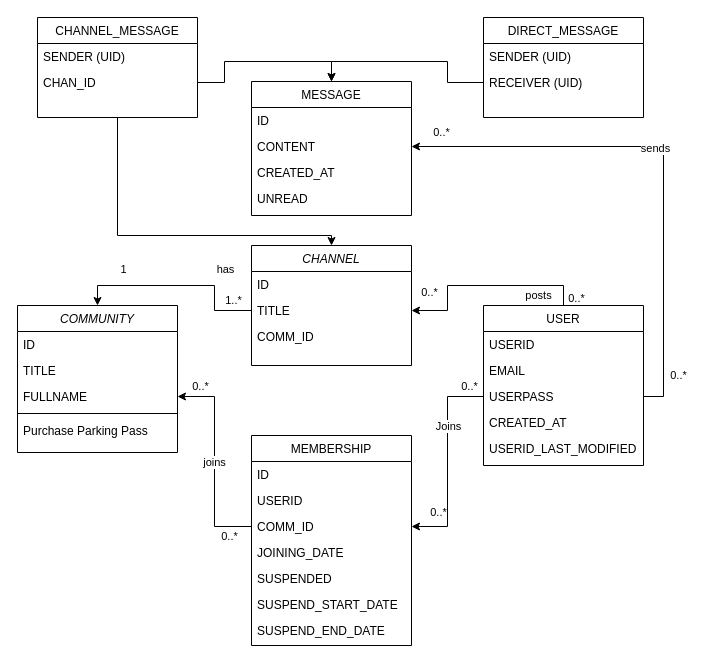
This is ext/DTR.drawio from raeeschaudhary/Coursera_Exams, a draw.io file, before an edit. Source tidied: cells renumbered, new cells numbered last; positions are measured from the earlier drawing's top-left corner, leaving out a move shared by most shapes. Both pictures are drawn from the tidied source at 100%, with x=0, y=0 at pixel (17, 17).
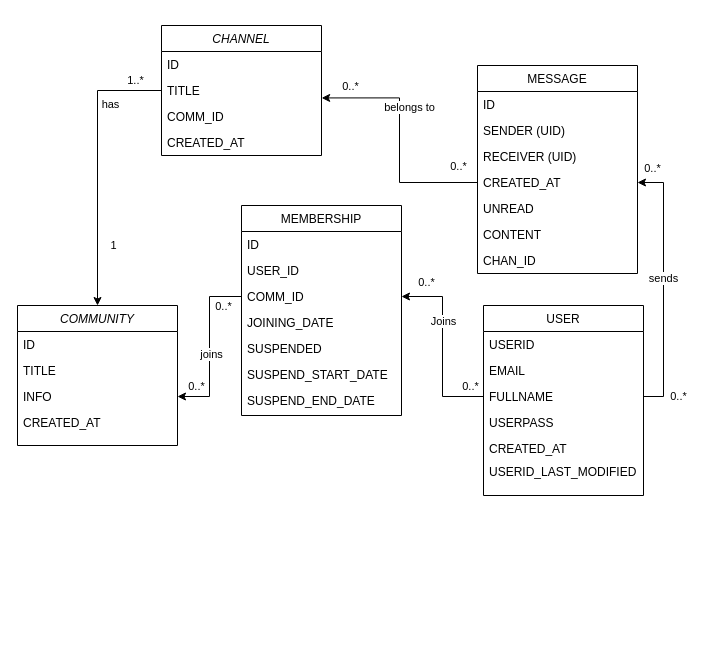
The same page after the edit.

The change refers to these unchanged cells:
```xml
<mxCell id="24" value="TITLE" style="text;align=left;verticalAlign=top;spacingLeft=4;spacingRight=4;overflow=hidden;points=[[0,0.5],[1,0.5]];portConstraint=eastwest;rounded=0;shadow=0;html=0;" parent="22" vertex="1">
  <mxGeometry y="52" width="160" height="26" as="geometry" />
</mxCell>
```

Change to the diagram source:
```diff
@@
     <mxCell id="2" value="COMMUNITY" style="swimlane;fontStyle=2;align=center;verticalAlign=top;horizontal=1;startSize=26;rounded=0;shadow=0;strokeWidth=1;" parent="1" vertex="1">
-      <mxGeometry y="288" width="160" height="147" as="geometry" />
+      <mxGeometry y="288" width="160" height="140" as="geometry" />
     </mxCell>
@@
-    <mxCell id="5" value="FULLNAME" style="text;align=left;verticalAlign=top;spacingLeft=4;spacingRight=4;overflow=hidden;points=[[0,0.5],[1,0.5]];portConstraint=eastwest;rounded=0;shadow=0;html=0;" parent="2" vertex="1">
+    <mxCell id="5" value="INFO" style="text;align=left;verticalAlign=top;spacingLeft=4;spacingRight=4;overflow=hidden;points=[[0,0.5],[1,0.5]];portConstraint=eastwest;rounded=0;shadow=0;html=0;" parent="2" vertex="1">
       <mxGeometry y="78" width="160" height="26" as="geometry" />
     </mxCell>
-    <mxCell id="6" style="line;html=1;strokeWidth=1;align=left;verticalAlign=middle;spacingTop=-1;spacingLeft=3;spacingRight=3;labelPosition=right;" parent="2" vertex="1">
-      <mxGeometry y="104" width="160" height="8" as="geometry" />
-    </mxCell>
-    <mxCell id="7" value="Purchase Parking Pass" style="text;align=left;verticalAlign=top;spacingLeft=4;spacingRight=4;overflow=hidden;" parent="2" vertex="1">
-      <mxGeometry y="112" width="160" height="26" as="geometry" />
-    </mxCell>
-    <mxCell id="8" style="edgeStyle=orthogonalEdgeStyle;rounded=0;jettySize=auto;html=1;exitX=0.5;exitY=0;exitDx=0;exitDy=0;entryX=1;entryY=0.5;entryDx=0;entryDy=0;" parent="1" edge="1" source="12" target="24">
-      <mxGeometry relative="1" as="geometry" />
-    </mxCell>
-    <mxCell id="9" value="posts" style="edgeLabel;html=1;align=center;verticalAlign=middle;" parent="8" vertex="1">
-      <mxGeometry x="-0.39" relative="1" as="geometry">
-        <mxPoint x="14" y="9" as="offset" />
-      </mxGeometry>
-    </mxCell>
-    <mxCell id="10" value="0..*" style="edgeLabel;html=1;align=center;verticalAlign=middle;" parent="8" vertex="1">
-      <mxGeometry x="-0.92" y="1" relative="1" as="geometry">
-        <mxPoint x="13" as="offset" />
-      </mxGeometry>
-    </mxCell>
-    <mxCell id="11" value="0..*" style="edgeLabel;html=1;align=center;verticalAlign=middle;" parent="8" vertex="1">
-      <mxGeometry x="0.83" y="1" relative="1" as="geometry">
-        <mxPoint y="-20" as="offset" />
-      </mxGeometry>
-    </mxCell>
+    <mxCell id="60" value="CREATED_AT" style="text;align=left;verticalAlign=top;spacingLeft=4;spacingRight=4;overflow=hidden;rounded=0;shadow=0;html=0;" parent="2" vertex="1">
+      <mxGeometry y="104" width="160" height="26" as="geometry" />
+    </mxCell>
     <mxCell id="12" value="USER" style="swimlane;fontStyle=0;align=center;verticalAlign=top;horizontal=1;startSize=26;rounded=0;shadow=0;strokeWidth=1;" parent="1" vertex="1">
-      <mxGeometry x="466" y="288" width="160" height="160" as="geometry" />
+      <mxGeometry x="466" y="288" width="160" height="190" as="geometry" />
     </mxCell>
@@
-    <mxCell id="15" value="USERPASS" style="text;align=left;verticalAlign=top;spacingLeft=4;spacingRight=4;overflow=hidden;points=[[0,0.5],[1,0.5]];portConstraint=eastwest;rounded=0;shadow=0;html=0;" parent="12" vertex="1">
+    <mxCell id="15" value="FULLNAME" style="text;align=left;verticalAlign=top;spacingLeft=4;spacingRight=4;overflow=hidden;points=[[0,0.5],[1,0.5]];portConstraint=eastwest;rounded=0;shadow=0;html=0;" parent="12" vertex="1">
       <mxGeometry y="78" width="160" height="26" as="geometry" />
     </mxCell>
-    <mxCell id="16" value="CREATED_AT" style="text;align=left;verticalAlign=top;spacingLeft=4;spacingRight=4;overflow=hidden;rounded=0;shadow=0;html=0;" parent="12" vertex="1">
+    <mxCell id="16" value="USERPASS" style="text;align=left;verticalAlign=top;spacingLeft=4;spacingRight=4;overflow=hidden;rounded=0;shadow=0;html=0;" parent="12" vertex="1">
       <mxGeometry y="104" width="160" height="26" as="geometry" />
     </mxCell>
-    <mxCell id="17" value="USERID_LAST_MODIFIED" style="text;align=left;verticalAlign=top;spacingLeft=4;spacingRight=4;overflow=hidden;rounded=0;shadow=0;html=0;" parent="12" vertex="1">
+    <mxCell id="17" value="CREATED_AT" style="text;align=left;verticalAlign=top;spacingLeft=4;spacingRight=4;overflow=hidden;rounded=0;shadow=0;html=0;" parent="12" vertex="1">
       <mxGeometry y="130" width="160" height="26" as="geometry" />
     </mxCell>
@@
     <mxCell id="22" value="CHANNEL" style="swimlane;fontStyle=2;align=center;verticalAlign=top;horizontal=1;startSize=26;rounded=0;shadow=0;strokeWidth=1;" parent="1" vertex="1">
-      <mxGeometry x="234" y="228" width="160" height="120" as="geometry" />
+      <mxGeometry x="144" y="8" width="160" height="130" as="geometry" />
     </mxCell>
@@
+    <mxCell id="61" value="CREATED_AT" style="text;align=left;verticalAlign=top;spacingLeft=4;spacingRight=4;overflow=hidden;rounded=0;shadow=0;html=0;" parent="22" vertex="1">
+      <mxGeometry y="104" width="160" height="26" as="geometry" />
+    </mxCell>
@@
     <mxCell id="30" value="MEMBERSHIP" style="swimlane;fontStyle=0;align=center;verticalAlign=top;horizontal=1;startSize=26;rounded=0;shadow=0;strokeWidth=1;" parent="1" vertex="1">
-      <mxGeometry x="234" y="418" width="160" height="210" as="geometry" />
+      <mxGeometry x="224" y="188" width="160" height="210" as="geometry" />
     </mxCell>
@@
-    <mxCell id="32" value="USERID" style="text;align=left;verticalAlign=top;spacingLeft=4;spacingRight=4;overflow=hidden;rounded=0;shadow=0;html=0;" parent="30" vertex="1">
+    <mxCell id="32" value="USER_ID" style="text;align=left;verticalAlign=top;spacingLeft=4;spacingRight=4;overflow=hidden;rounded=0;shadow=0;html=0;" parent="30" vertex="1">
       <mxGeometry y="52" width="160" height="26" as="geometry" />
     </mxCell>
@@
     <mxCell id="42" value="MESSAGE" style="swimlane;fontStyle=0;align=center;verticalAlign=top;horizontal=1;startSize=26;rounded=0;shadow=0;strokeWidth=1;" parent="1" vertex="1">
-      <mxGeometry x="234" y="64" width="160" height="134" as="geometry" />
+      <mxGeometry x="460" y="48" width="160" height="208" as="geometry" />
     </mxCell>
@@
-    <mxCell id="44" value="CONTENT" style="text;align=left;verticalAlign=top;spacingLeft=4;spacingRight=4;overflow=hidden;points=[[0,0.5],[1,0.5]];portConstraint=eastwest;rounded=0;shadow=0;html=0;" parent="42" vertex="1">
-      <mxGeometry y="52" width="160" height="26" as="geometry" />
-    </mxCell>
+    <mxCell id="62" value="SENDER (UID)" style="text;align=left;verticalAlign=top;spacingLeft=4;spacingRight=4;overflow=hidden;" parent="42" vertex="1">
+      <mxGeometry y="52" width="160" height="26" as="geometry" />
+    </mxCell>
+    <mxCell id="49" value="RECEIVER (UID)" style="text;align=left;verticalAlign=top;spacingLeft=4;spacingRight=4;overflow=hidden;points=[[0,0.5],[1,0.5]];portConstraint=eastwest;rounded=0;shadow=0;html=0;" parent="42" vertex="1">
+      <mxGeometry y="78" width="160" height="26" as="geometry" />
+    </mxCell>
     <mxCell id="45" value="CREATED_AT" style="text;align=left;verticalAlign=top;spacingLeft=4;spacingRight=4;overflow=hidden;points=[[0,0.5],[1,0.5]];portConstraint=eastwest;rounded=0;shadow=0;html=0;" parent="42" vertex="1">
-      <mxGeometry y="78" width="160" height="26" as="geometry" />
+      <mxGeometry y="104" width="160" height="26" as="geometry" />
     </mxCell>
     <mxCell id="46" value="UNREAD" style="text;align=left;verticalAlign=top;spacingLeft=4;spacingRight=4;overflow=hidden;rounded=0;shadow=0;html=0;" parent="42" vertex="1">
-      <mxGeometry y="104" width="160" height="26" as="geometry" />
+      <mxGeometry y="130" width="160" height="26" as="geometry" />
     </mxCell>
-    <mxCell id="47" value="DIRECT_MESSAGE" style="swimlane;fontStyle=0;align=center;verticalAlign=top;horizontal=1;startSize=26;rounded=0;shadow=0;strokeWidth=1;" parent="1" vertex="1">
-      <mxGeometry x="466" width="160" height="100" as="geometry" />
-    </mxCell>
-    <mxCell id="48" value="SENDER (UID)" style="text;align=left;verticalAlign=top;spacingLeft=4;spacingRight=4;overflow=hidden;" parent="47" vertex="1">
-      <mxGeometry y="26" width="160" height="26" as="geometry" />
-    </mxCell>
-    <mxCell id="49" value="RECEIVER (UID)" style="text;align=left;verticalAlign=top;spacingLeft=4;spacingRight=4;overflow=hidden;points=[[0,0.5],[1,0.5]];portConstraint=eastwest;rounded=0;shadow=0;html=0;" parent="47" vertex="1">
-      <mxGeometry y="52" width="160" height="26" as="geometry" />
-    </mxCell>
+    <mxCell id="44" value="CONTENT" style="text;align=left;verticalAlign=top;spacingLeft=4;spacingRight=4;overflow=hidden;points=[[0,0.5],[1,0.5]];portConstraint=eastwest;rounded=0;shadow=0;html=0;" parent="42" vertex="1">
+      <mxGeometry y="156" width="160" height="26" as="geometry" />
+    </mxCell>
+    <mxCell id="57" value="CHAN_ID" style="text;align=left;verticalAlign=top;spacingLeft=4;spacingRight=4;overflow=hidden;points=[[0,0.5],[1,0.5]];portConstraint=eastwest;rounded=0;shadow=0;html=0;" parent="42" vertex="1">
+      <mxGeometry y="182" width="160" height="26" as="geometry" />
+    </mxCell>
-    <mxCell id="50" style="edgeStyle=orthogonalEdgeStyle;rounded=0;jettySize=auto;html=1;exitX=1;exitY=0.5;exitDx=0;exitDy=0;endArrow=classic;endFill=1;" parent="1" edge="1" source="15" target="44">
+    <mxCell id="50" style="edgeStyle=orthogonalEdgeStyle;rounded=0;jettySize=auto;html=1;exitX=1;exitY=0.5;exitDx=0;exitDy=0;endArrow=classic;endFill=1;" parent="1" edge="1" source="15" target="45">
       <mxGeometry relative="1" as="geometry" />
     </mxCell>
@@
-    <mxCell id="54" style="edgeStyle=orthogonalEdgeStyle;rounded=0;jettySize=auto;html=1;exitX=0.5;exitY=1;exitDx=0;exitDy=0;" parent="1" edge="1" source="55" target="22">
-      <mxGeometry relative="1" as="geometry">
-        <Array as="points">
-          <mxPoint x="100" y="218" />
-          <mxPoint x="314" y="218" />
-        </Array>
-      </mxGeometry>
-    </mxCell>
-    <mxCell id="55" value="CHANNEL_MESSAGE" style="swimlane;fontStyle=0;align=center;verticalAlign=top;horizontal=1;startSize=26;rounded=0;shadow=0;strokeWidth=1;" parent="1" vertex="1">
-      <mxGeometry x="20" width="160" height="100" as="geometry" />
-    </mxCell>
-    <mxCell id="56" value="SENDER (UID)" style="text;align=left;verticalAlign=top;spacingLeft=4;spacingRight=4;overflow=hidden;" parent="55" vertex="1">
-      <mxGeometry y="26" width="160" height="26" as="geometry" />
-    </mxCell>
-    <mxCell id="57" value="CHAN_ID" style="text;align=left;verticalAlign=top;spacingLeft=4;spacingRight=4;overflow=hidden;points=[[0,0.5],[1,0.5]];portConstraint=eastwest;rounded=0;shadow=0;html=0;" parent="55" vertex="1">
-      <mxGeometry y="52" width="160" height="26" as="geometry" />
-    </mxCell>
-    <mxCell id="58" style="edgeStyle=orthogonalEdgeStyle;rounded=0;jettySize=auto;html=1;exitX=1;exitY=0.5;exitDx=0;exitDy=0;entryX=0.5;entryY=0;entryDx=0;entryDy=0;" parent="1" edge="1" source="57" target="42">
-      <mxGeometry relative="1" as="geometry" />
-    </mxCell>
-    <mxCell id="59" style="edgeStyle=orthogonalEdgeStyle;rounded=0;jettySize=auto;html=1;exitX=0;exitY=0.5;exitDx=0;exitDy=0;entryX=0.5;entryY=0;entryDx=0;entryDy=0;" parent="1" edge="1" source="49" target="42">
-      <mxGeometry relative="1" as="geometry" />
-    </mxCell>
+    <mxCell id="63" value="USERID_LAST_MODIFIED" style="text;align=left;verticalAlign=top;spacingLeft=4;spacingRight=4;overflow=hidden;rounded=0;shadow=0;html=0;" parent="1" vertex="1">
+      <mxGeometry x="466" y="441" width="160" height="26" as="geometry" />
+    </mxCell>
+    <mxCell id="64" style="edgeStyle=orthogonalEdgeStyle;rounded=0;jettySize=auto;html=1;exitX=0;exitY=0.5;exitDx=0;exitDy=0;entryX=1.001;entryY=0.786;entryDx=0;entryDy=0;entryPerimeter=0;" parent="1" edge="1" source="45" target="24">
+      <mxGeometry relative="1" as="geometry" />
+    </mxCell>
+    <mxCell id="65" value="belongs to" style="edgeLabel;html=1;align=center;verticalAlign=middle;" parent="64" vertex="1">
+      <mxGeometry x="-0.02" y="1" relative="1" as="geometry">
+        <mxPoint x="10" y="-36" as="offset" />
+      </mxGeometry>
+    </mxCell>
+    <mxCell id="66" value="0..*" style="edgeLabel;html=1;align=center;verticalAlign=middle;" parent="64" vertex="1">
+      <mxGeometry x="-0.79" y="-1" relative="1" as="geometry">
+        <mxPoint x="5" y="-16" as="offset" />
+      </mxGeometry>
+    </mxCell>
+    <mxCell id="67" value="0..*" style="edgeLabel;html=1;align=center;verticalAlign=middle;" parent="64" vertex="1">
+      <mxGeometry x="0.76" relative="1" as="geometry">
+        <mxPoint y="-12" as="offset" />
+      </mxGeometry>
+    </mxCell>
```
